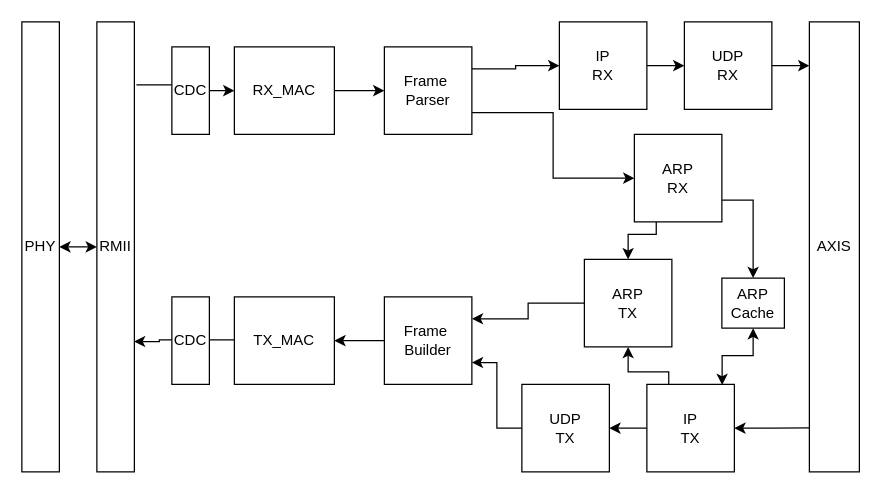
Above: doc/ethernet.drawio in nquintana7/nekSoC-ethernet (draw.io), before the change. Source tidied: cells renumbered, new cells numbered last; positions are measured from the earlier drawing's top-left corner, leaving out a move shared by most shapes. Both pictures are drawn from the tidied source at 125%, with x=0, y=0 at pixel (21, 21).
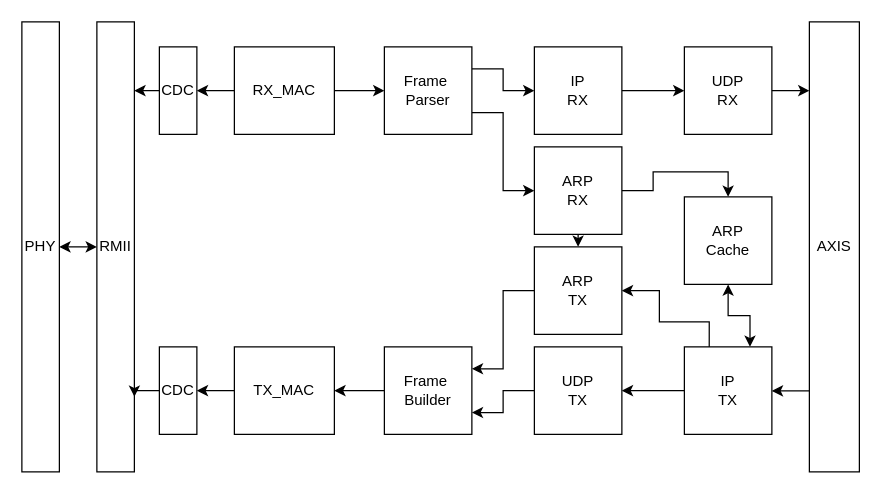
The same diagram, later.

Unchanged cells that the change refers to:
```xml
<mxCell id="3" value="RX_MAC" style="rounded=0;whiteSpace=wrap;html=1;" parent="1" vertex="1">
  <mxGeometry x="170" y="20" width="80" height="70" as="geometry" />
</mxCell>
<mxCell id="17" value="AXIS" style="whiteSpace=wrap;html=1;" parent="1" vertex="1">
  <mxGeometry x="630" width="40" height="360" as="geometry" />
</mxCell>
<mxCell id="18" value="RMII" style="rounded=0;whiteSpace=wrap;html=1;" parent="1" vertex="1">
  <mxGeometry x="60" width="30" height="360" as="geometry" />
</mxCell>
```

What changed in the source:
```diff
@@
     <mxCell id="4" value="TX_MAC" style="rounded=0;whiteSpace=wrap;html=1;" parent="1" vertex="1">
-      <mxGeometry x="170" y="220" width="80" height="70" as="geometry" />
+      <mxGeometry x="170" y="260" width="80" height="70" as="geometry" />
     </mxCell>
@@
-    <mxCell id="8" style="edgeStyle=orthogonalEdgeStyle;rounded=0;jettySize=auto;html=1;exitX=1;exitY=0.75;exitDx=0;exitDy=0;entryX=0.5;entryY=0;entryDx=0;entryDy=0;" parent="1" edge="1" source="10" target="11">
-      <mxGeometry relative="1" as="geometry">
-        <Array as="points">
-          <mxPoint x="585" y="143" />
-        </Array>
-      </mxGeometry>
+    <mxCell id="8" style="edgeStyle=orthogonalEdgeStyle;rounded=0;jettySize=auto;html=1;exitX=1;exitY=0.5;exitDx=0;exitDy=0;entryX=0.5;entryY=0;entryDx=0;entryDy=0;" parent="1" edge="1" source="10" target="11">
+      <mxGeometry relative="1" as="geometry" />
     </mxCell>
-    <mxCell id="9" style="edgeStyle=orthogonalEdgeStyle;rounded=0;jettySize=auto;html=1;exitX=0.25;exitY=1;exitDx=0;exitDy=0;entryX=0.5;entryY=0;entryDx=0;entryDy=0;" parent="1" edge="1" source="10" target="14">
-      <mxGeometry relative="1" as="geometry">
-        <Array as="points">
-          <mxPoint x="508" y="170" />
-          <mxPoint x="485" y="170" />
-        </Array>
-      </mxGeometry>
+    <mxCell id="9" style="edgeStyle=orthogonalEdgeStyle;rounded=0;jettySize=auto;html=1;exitX=0.5;exitY=1;exitDx=0;exitDy=0;entryX=0.5;entryY=0;entryDx=0;entryDy=0;" parent="1" edge="1" source="10" target="14">
+      <mxGeometry relative="1" as="geometry" />
     </mxCell>
     <mxCell id="10" value="&lt;div&gt;ARP&lt;/div&gt;&lt;div&gt;RX&lt;/div&gt;" style="whiteSpace=wrap;html=1;" parent="1" vertex="1">
-      <mxGeometry x="490" y="90" width="70" height="70" as="geometry" />
+      <mxGeometry x="410" y="100" width="70" height="70" as="geometry" />
     </mxCell>
     <mxCell id="11" value="&lt;div&gt;ARP&lt;/div&gt;&lt;div&gt;Cache&lt;/div&gt;" style="whiteSpace=wrap;html=1;" parent="1" vertex="1">
-      <mxGeometry x="560" y="205" width="50" height="40" as="geometry" />
+      <mxGeometry x="530" y="140" width="70" height="70" as="geometry" />
     </mxCell>
@@
-    <mxCell id="13" style="edgeStyle=orthogonalEdgeStyle;rounded=0;jettySize=auto;html=1;exitX=0.5;exitY=1;exitDx=0;exitDy=0;entryX=0.25;entryY=0;entryDx=0;entryDy=0;startArrow=classic;startFill=1;endArrow=none;endFill=0;" parent="1" edge="1" source="14" target="33">
-      <mxGeometry relative="1" as="geometry" />
+    <mxCell id="13" style="edgeStyle=orthogonalEdgeStyle;rounded=0;jettySize=auto;html=1;exitX=1;exitY=0.5;exitDx=0;exitDy=0;entryX=0.284;entryY=0.005;entryDx=0;entryDy=0;startArrow=classic;startFill=1;endArrow=none;endFill=0;entryPerimeter=0;" parent="1" edge="1" source="14" target="33">
+      <mxGeometry relative="1" as="geometry">
+        <Array as="points">
+          <mxPoint x="510" y="215" />
+          <mxPoint x="510" y="240" />
+          <mxPoint x="550" y="240" />
+          <mxPoint x="550" y="260" />
+        </Array>
+      </mxGeometry>
     </mxCell>
     <mxCell id="14" value="&lt;div&gt;ARP&lt;/div&gt;&lt;div&gt;TX&lt;/div&gt;" style="whiteSpace=wrap;html=1;" parent="1" vertex="1">
-      <mxGeometry x="450" y="190" width="70" height="70" as="geometry" />
+      <mxGeometry x="410" y="180" width="70" height="70" as="geometry" />
     </mxCell>
@@
     <mxCell id="16" value="&lt;div&gt;Frame&amp;nbsp;&lt;/div&gt;&lt;div&gt;Builder&lt;/div&gt;" style="whiteSpace=wrap;html=1;" parent="1" vertex="1">
-      <mxGeometry x="290" y="220" width="70" height="70" as="geometry" />
+      <mxGeometry x="290" y="260" width="70" height="70" as="geometry" />
     </mxCell>
@@
     <mxCell id="19" value="&lt;div&gt;UDP&lt;/div&gt;&lt;div&gt;TX&lt;/div&gt;" style="whiteSpace=wrap;html=1;" parent="1" vertex="1">
-      <mxGeometry x="400" y="290" width="70" height="70" as="geometry" />
+      <mxGeometry x="410" y="260" width="70" height="70" as="geometry" />
     </mxCell>
     <mxCell id="20" value="&lt;div&gt;UDP&lt;/div&gt;&lt;div&gt;RX&lt;/div&gt;" style="whiteSpace=wrap;html=1;" parent="1" vertex="1">
-      <mxGeometry x="530" width="70" height="70" as="geometry" />
+      <mxGeometry x="530" y="20" width="70" height="70" as="geometry" />
     </mxCell>
-    <mxCell id="21" style="edgeStyle=orthogonalEdgeStyle;rounded=0;jettySize=auto;html=1;exitX=0;exitY=0.5;exitDx=0;exitDy=0;entryX=1.055;entryY=0.14;entryDx=0;entryDy=0;entryPerimeter=0;startArrow=classic;startFill=1;endArrow=none;endFill=0;" parent="1" edge="1" source="3" target="18">
+    <mxCell id="21" style="edgeStyle=orthogonalEdgeStyle;rounded=0;jettySize=auto;html=1;exitX=0;exitY=0.5;exitDx=0;exitDy=0;entryX=1;entryY=0.5;entryDx=0;entryDy=0;startArrow=none;startFill=0;endArrow=classic;endFill=1;" parent="1" edge="1" source="3" target="27">
       <mxGeometry relative="1" as="geometry" />
     </mxCell>
-    <mxCell id="22" style="edgeStyle=orthogonalEdgeStyle;rounded=0;orthogonalLoop=1;jettySize=auto;html=1;exitX=0;exitY=0.5;exitDx=0;exitDy=0;entryX=0.989;entryY=0.712;entryDx=0;entryDy=0;entryPerimeter=0;" parent="1" edge="1">
-      <mxGeometry relative="1" as="geometry">
-        <mxPoint x="170" y="254.3" as="sourcePoint" />
-        <mxPoint x="89.7" y="255.7" as="targetPoint" />
-        <Array as="points">
-          <mxPoint x="110" y="254" />
-          <mxPoint x="90" y="255" />
-        </Array>
-      </mxGeometry>
+    <mxCell id="22" style="edgeStyle=orthogonalEdgeStyle;rounded=0;jettySize=auto;html=1;exitX=0;exitY=0.5;exitDx=0;exitDy=0;entryX=1;entryY=0.833;entryDx=0;entryDy=0;entryPerimeter=0;" parent="1" edge="1" source="28" target="18">
+      <mxGeometry relative="1" as="geometry" />
     </mxCell>
-    <mxCell id="23" style="edgeStyle=orthogonalEdgeStyle;rounded=0;jettySize=auto;html=1;exitX=1;exitY=0.5;exitDx=0;exitDy=0;entryX=0;entryY=0.098;entryDx=0;entryDy=0;entryPerimeter=0;" parent="1" edge="1" source="20" target="17">
+    <mxCell id="23" style="edgeStyle=orthogonalEdgeStyle;rounded=0;jettySize=auto;html=1;exitX=1;exitY=0.5;exitDx=0;exitDy=0;entryX=0;entryY=0.153;entryDx=0;entryDy=0;entryPerimeter=0;" parent="1" edge="1" source="20" target="17">
       <mxGeometry relative="1" as="geometry" />
     </mxCell>
-    <mxCell id="24" style="edgeStyle=orthogonalEdgeStyle;rounded=0;jettySize=auto;html=1;exitX=0;exitY=0.5;exitDx=0;exitDy=0;entryX=1;entryY=0.75;entryDx=0;entryDy=0;" parent="1" edge="1" source="19" target="16">
+    <mxCell id="24" style="edgeStyle=orthogonalEdgeStyle;rounded=0;jettySize=auto;html=1;exitX=0;exitY=0.5;exitDx=0;exitDy=0;entryX=1;entryY=0.5;entryDx=0;entryDy=0;" parent="1" edge="1" source="33" target="19">
       <mxGeometry relative="1" as="geometry" />
     </mxCell>
@@
     <mxCell id="27" value="CDC" style="rounded=0;whiteSpace=wrap;html=1;" parent="1" vertex="1">
-      <mxGeometry x="120" y="20" width="30" height="70" as="geometry" />
+      <mxGeometry x="110" y="20" width="30" height="70" as="geometry" />
     </mxCell>
     <mxCell id="28" value="CDC" style="rounded=0;whiteSpace=wrap;html=1;" parent="1" vertex="1">
-      <mxGeometry x="120" y="220" width="30" height="70" as="geometry" />
+      <mxGeometry x="110" y="260" width="30" height="70" as="geometry" />
     </mxCell>
@@
     <mxCell id="30" value="&lt;div&gt;IP&lt;/div&gt;&lt;div&gt;RX&lt;/div&gt;" style="whiteSpace=wrap;html=1;" parent="1" vertex="1">
-      <mxGeometry x="430" width="70" height="70" as="geometry" />
+      <mxGeometry x="410" y="20" width="70" height="70" as="geometry" />
     </mxCell>
-    <mxCell id="31" style="edgeStyle=orthogonalEdgeStyle;rounded=0;jettySize=auto;html=1;exitX=0;exitY=0.5;exitDx=0;exitDy=0;entryX=1;entryY=0.5;entryDx=0;entryDy=0;" parent="1" edge="1" source="33" target="19">
+    <mxCell id="31" style="edgeStyle=orthogonalEdgeStyle;rounded=0;jettySize=auto;html=1;exitX=0;exitY=0.5;exitDx=0;exitDy=0;entryX=1;entryY=0.75;entryDx=0;entryDy=0;" parent="1" edge="1" source="19" target="16">
       <mxGeometry relative="1" as="geometry" />
     </mxCell>
-    <mxCell id="32" style="edgeStyle=orthogonalEdgeStyle;rounded=0;jettySize=auto;html=1;exitX=0.86;exitY=0.007;exitDx=0;exitDy=0;exitPerimeter=0;startArrow=classic;startFill=1;" parent="1" edge="1" source="33" target="11">
-      <mxGeometry relative="1" as="geometry">
-        <Array as="points">
-          <mxPoint x="560" y="290" />
-          <mxPoint x="560" y="267" />
-          <mxPoint x="585" y="267" />
-        </Array>
-      </mxGeometry>
+    <mxCell id="32" style="edgeStyle=orthogonalEdgeStyle;rounded=0;jettySize=auto;html=1;exitX=0.75;exitY=0;exitDx=0;exitDy=0;entryX=0.5;entryY=1;entryDx=0;entryDy=0;startArrow=classic;startFill=1;" parent="1" edge="1" source="33" target="11">
+      <mxGeometry relative="1" as="geometry" />
     </mxCell>
     <mxCell id="33" value="&lt;div&gt;IP&lt;/div&gt;&lt;div&gt;TX&lt;/div&gt;" style="whiteSpace=wrap;html=1;" parent="1" vertex="1">
-      <mxGeometry x="500" y="290" width="70" height="70" as="geometry" />
+      <mxGeometry x="530" y="260" width="70" height="70" as="geometry" />
     </mxCell>
-    <mxCell id="34" style="edgeStyle=orthogonalEdgeStyle;rounded=0;jettySize=auto;html=1;exitX=1;exitY=0.5;exitDx=0;exitDy=0;entryX=0.01;entryY=0.902;entryDx=0;entryDy=0;entryPerimeter=0;startArrow=classic;startFill=1;endArrow=none;endFill=0;" parent="1" edge="1" source="33" target="17">
+    <mxCell id="34" style="edgeStyle=orthogonalEdgeStyle;rounded=0;jettySize=auto;html=1;exitX=0;exitY=0.82;exitDx=0;exitDy=0;entryX=1;entryY=0.5;entryDx=0;entryDy=0;startArrow=none;startFill=0;endArrow=classic;endFill=1;exitPerimeter=0;" parent="1" edge="1" source="17" target="33">
       <mxGeometry relative="1" as="geometry" />
     </mxCell>
+    <mxCell id="35" style="edgeStyle=orthogonalEdgeStyle;rounded=0;jettySize=auto;html=1;exitX=0;exitY=0.5;exitDx=0;exitDy=0;entryX=1;entryY=0.153;entryDx=0;entryDy=0;entryPerimeter=0;" parent="1" edge="1" source="27" target="18">
+      <mxGeometry relative="1" as="geometry" />
+    </mxCell>
+    <mxCell id="36" style="edgeStyle=orthogonalEdgeStyle;rounded=0;jettySize=auto;html=1;exitX=0;exitY=0.5;exitDx=0;exitDy=0;entryX=1;entryY=0.5;entryDx=0;entryDy=0;" parent="1" edge="1" source="4" target="28">
+      <mxGeometry relative="1" as="geometry" />
+    </mxCell>
```
